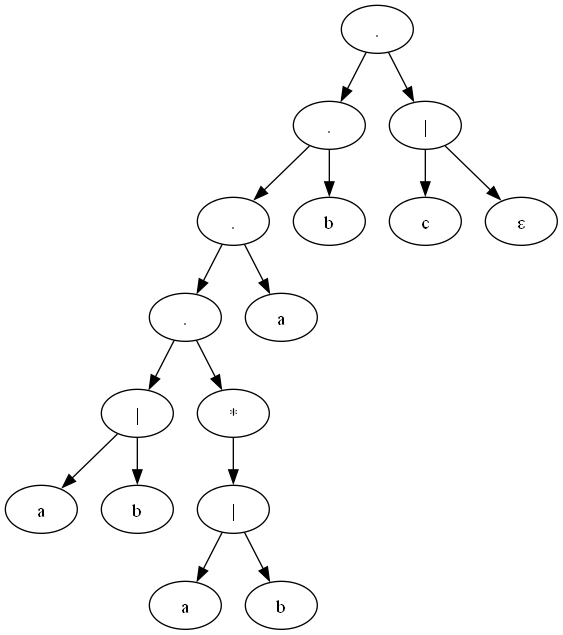
Above: TreeImage/Tree0.gv.png in Gerax5/COM-LB1 (Graphviz), before the change. Its source is kept beside it as TreeImage/Tree0.gv.
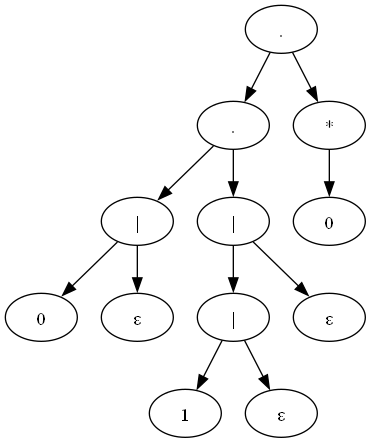
After the change.

Diff of the diagram source:
```diff
@@ -1,33 +1,25 @@
 digraph "TreeImage/Tree0" {
 	A0 [label="."]
 	A1 [label="."]
-	A2 [label="."]
-	A3 [label="."]
-	A4 [label="|"]
-	A5 [label=a]
-	A6 [label=b]
-	A7 [label="*"]
-	A8 [label="|"]
-	A9 [label=a]
-	A10 [label=b]
-	A11 [label=a]
-	A12 [label=b]
-	A13 [label="|"]
-	A14 [label=c]
-	A15 [label="ε"]
-	A4 -> A5
-	A4 -> A6
-	A3 -> A4
-	A8 -> A9
-	A8 -> A10
-	A7 -> A8
-	A3 -> A7
+	A2 [label="|"]
+	A3 [label=0]
+	A4 [label="ε"]
+	A5 [label="|"]
+	A6 [label="|"]
+	A7 [label=1]
+	A8 [label="ε"]
+	A9 [label="ε"]
+	A10 [label="*"]
+	A11 [label=0]
 	A2 -> A3
-	A2 -> A11
+	A2 -> A4
 	A1 -> A2
-	A1 -> A12
+	A6 -> A7
+	A6 -> A8
+	A5 -> A6
+	A5 -> A9
+	A1 -> A5
 	A0 -> A1
-	A13 -> A14
-	A13 -> A15
-	A0 -> A13
+	A10 -> A11
+	A0 -> A10
 }
```
